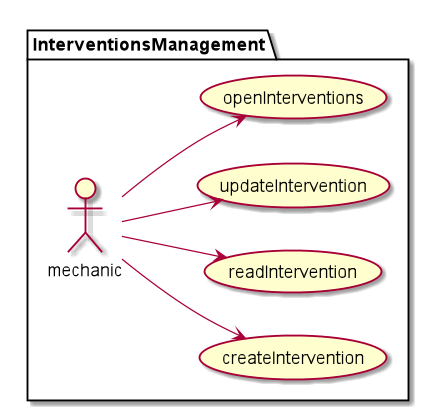
Earlier version of the PlantUML export documentation/requiremets/usecases/png/interventionUsecases.png (Ruskab/agrimManager).
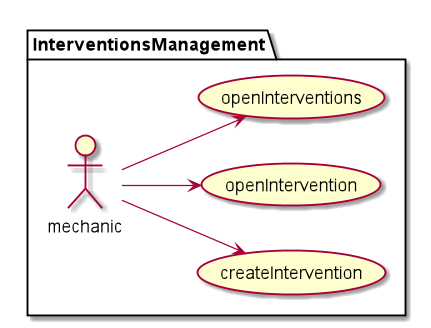
The same diagram one commit later.

The edit, as a diff of the source:
```diff
@@ -4,8 +4,7 @@
 
 package InterventionsManagement {
 :mechanic: --> (createIntervention)
-:mechanic: --> (readIntervention)
-:mechanic: --> (updateIntervention)
+:mechanic: --> (openIntervention)
 :mechanic: --> (openInterventions)
 }
 @enduml
```
